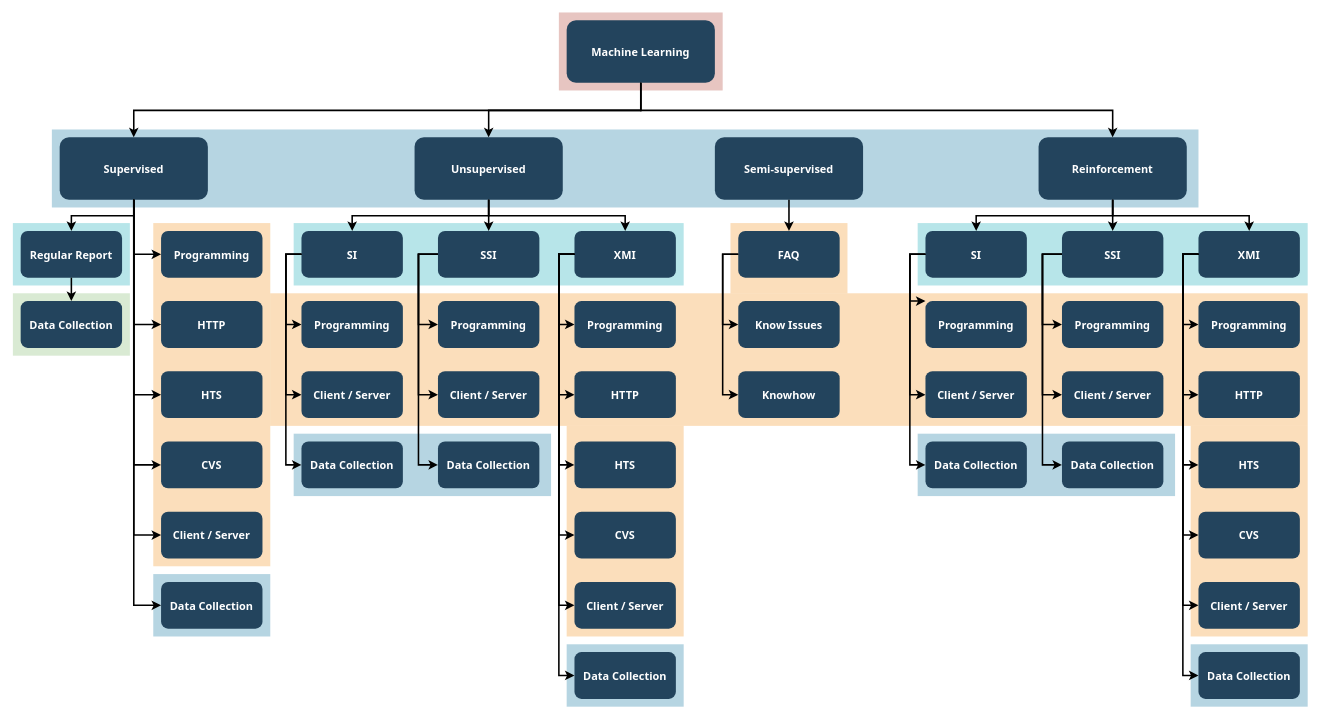
KexinYin-in-UK/In-situ-parameter-optimization keeps this draw.io diagram as machine learning classification.drawio. Above is the earlier version. Source tidied: cells renumbered, new cells numbered last; positions are measured from the earlier drawing's top-left corner, leaving out a move shared by most shapes. Both pictures are drawn from the tidied source at 78%, with x=0, y=0 at pixel (12, 12).
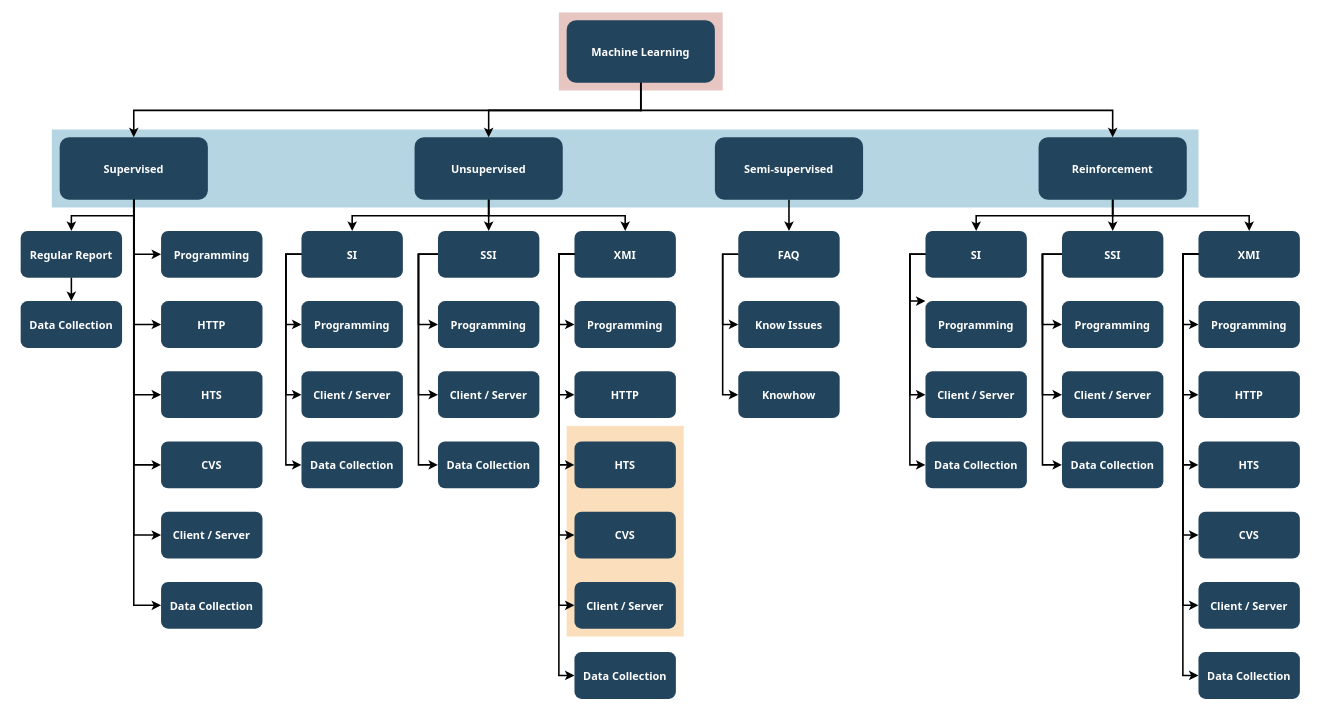
The same page after the edit.

Diff of the diagram source:
```diff
@@
-    <mxCell id="4" style="fillColor=#F2931E;strokeColor=none;opacity=30;" parent="1" vertex="1">
-      <mxGeometry x="1510" y="529.5" width="150" height="270" as="geometry" />
-    </mxCell>
-    <mxCell id="5" style="fillColor=#F2931E;strokeColor=none;opacity=30;" parent="1" vertex="1">
-      <mxGeometry x="920" y="269.5" width="150" height="90" as="geometry" />
-    </mxCell>
@@
-    <mxCell id="7" style="fillColor=#F2931E;strokeColor=none;opacity=30;" parent="1" vertex="1">
-      <mxGeometry x="180" y="269.5" width="150" height="440" as="geometry" />
-    </mxCell>
-    <mxCell id="8" style="fillColor=#F2931E;strokeColor=none;opacity=30;" parent="1" vertex="1">
-      <mxGeometry x="330" y="359.5" width="1330" height="170" as="geometry" />
-    </mxCell>
-    <mxCell id="9" style="fillColor=#10739E;strokeColor=none;opacity=30;" parent="1" vertex="1">
-      <mxGeometry x="1510" y="809.5" width="150" height="80" as="geometry" />
-    </mxCell>
-    <mxCell id="10" style="fillColor=#10739E;strokeColor=none;opacity=30;" parent="1" vertex="1">
-      <mxGeometry x="1160" y="539.5" width="330" height="80" as="geometry" />
-    </mxCell>
-    <mxCell id="11" style="fillColor=#10739E;strokeColor=none;opacity=30;" parent="1" vertex="1">
-      <mxGeometry x="710" y="809.5" width="150" height="80" as="geometry" />
-    </mxCell>
-    <mxCell id="12" style="fillColor=#10739E;strokeColor=none;opacity=30;" parent="1" vertex="1">
-      <mxGeometry x="360" y="539.5" width="330" height="80" as="geometry" />
-    </mxCell>
-    <mxCell id="13" style="fillColor=#10739E;strokeColor=none;opacity=30;" parent="1" vertex="1">
-      <mxGeometry x="180" y="719.5" width="150" height="80" as="geometry" />
-    </mxCell>
-    <mxCell id="14" style="fillColor=#D9EAD3;strokeColor=none;" parent="1" vertex="1">
-      <mxGeometry y="359.5" width="150" height="80" as="geometry" />
-    </mxCell>
-    <mxCell id="15" style="fillColor=#12AAB5;strokeColor=none;opacity=30;" parent="1" vertex="1">
-      <mxGeometry x="1160" y="269.5" width="500" height="80" as="geometry" />
-    </mxCell>
-    <mxCell id="16" style="fillColor=#12AAB5;strokeColor=none;opacity=30;" parent="1" vertex="1">
-      <mxGeometry x="360" y="269.5" width="500" height="80" as="geometry" />
-    </mxCell>
-    <mxCell id="17" style="fillColor=#12AAB5;strokeColor=none;opacity=30;" parent="1" vertex="1">
-      <mxGeometry y="269.5" width="150" height="80" as="geometry" />
-    </mxCell>
```
